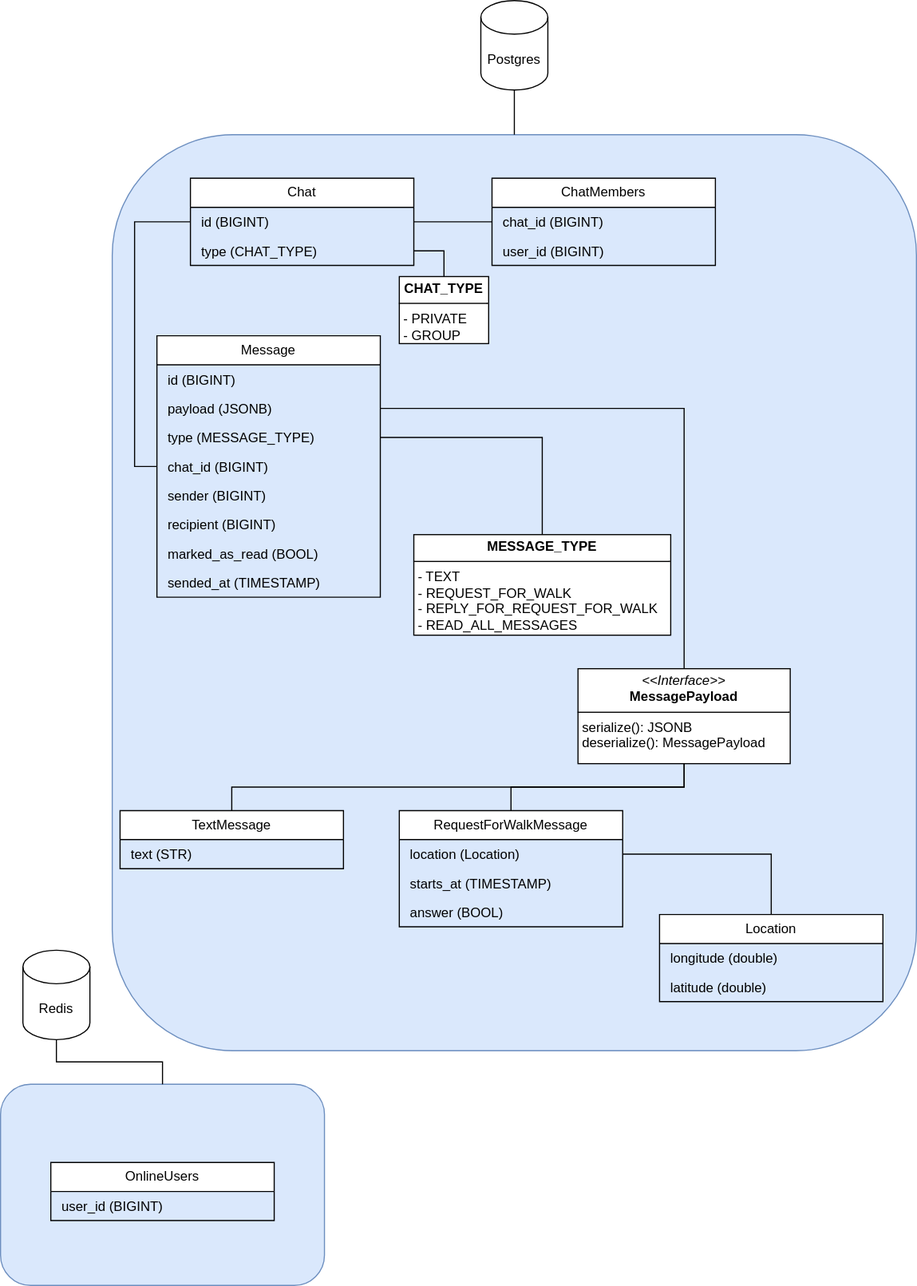
Before: doc/img/domain_model.drawio.svg, a diagram exported from draw.io (ru-random-walk/chat-service). Source tidied: cells renumbered, new cells last; positions are measured from the earlier drawing's top-left corner, leaving out a move shared by most shapes.
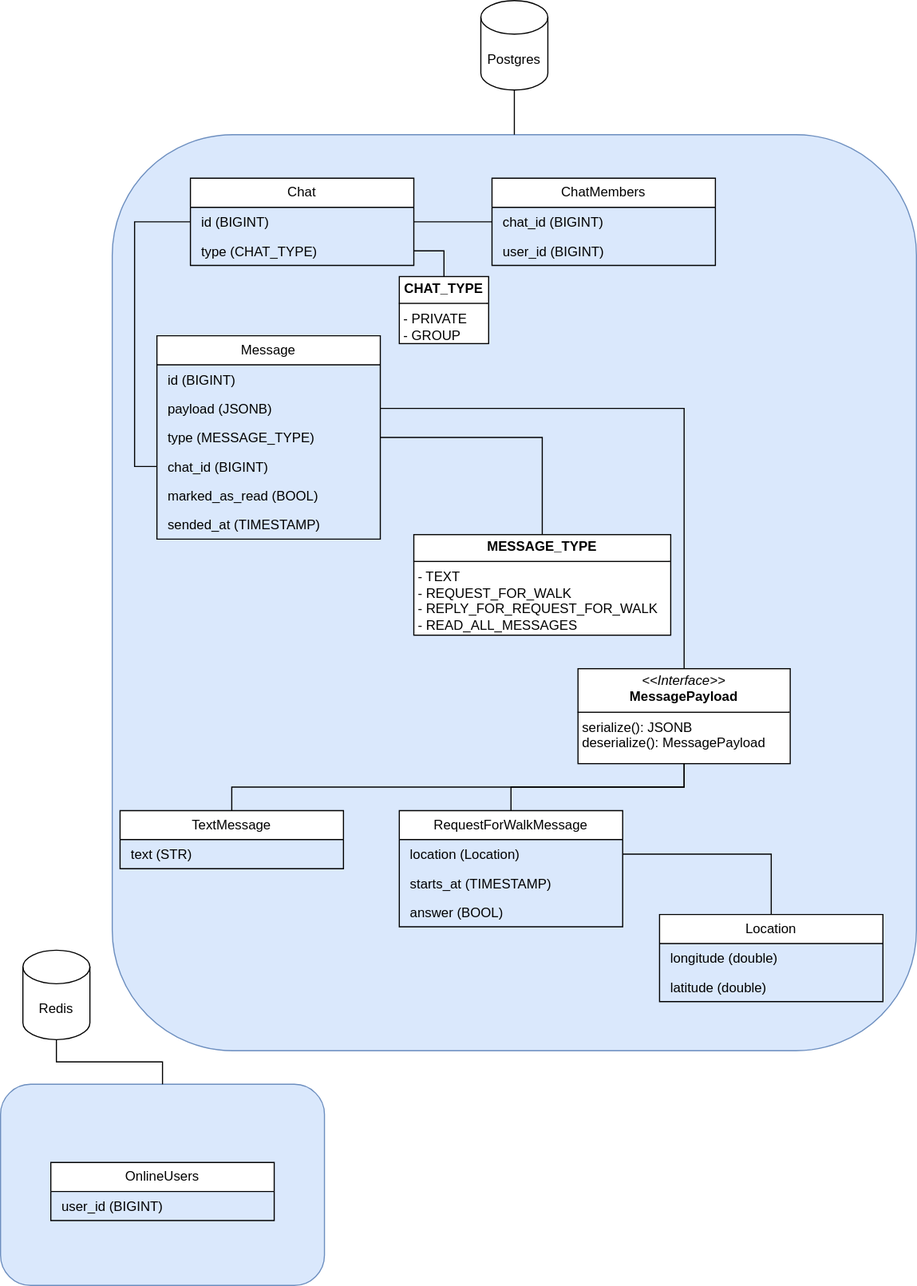
Above is the later version.

Commit message:
RANDOMWALK-17: update domain

The edit, as a diff of the source:
```diff
@@ -9,7 +9,7 @@
       <mxGeometry x="100" y="120" width="720" height="820" as="geometry" />
     </mxCell>
     <mxCell id="4" value="Message" style="swimlane;fontStyle=0;horizontal=1;startSize=26;fillColor=#FFFFFF;whiteSpace=wrap;html=1;" parent="1" vertex="1">
-      <mxGeometry x="140" y="300" width="200" height="234" as="geometry" />
+      <mxGeometry x="140" y="300" width="200" height="182" as="geometry" />
     </mxCell>
     <mxCell id="5" value="&lt;p style=&quot;margin: 0px 0px 0px 4px;&quot;&gt;id (BIGINT)&lt;/p&gt;" style="text;strokeColor=none;fillColor=none;align=left;verticalAlign=top;spacingLeft=4;spacingRight=4;overflow=hidden;whiteSpace=wrap;html=1;" parent="4" vertex="1">
       <mxGeometry y="26" width="200" height="26" as="geometry" />
@@ -23,17 +23,11 @@
     <mxCell id="8" value="&lt;p style=&quot;margin: 0px 0px 0px 4px;&quot;&gt;chat_id (BIGINT)&lt;br&gt;&lt;/p&gt;" style="text;strokeColor=none;fillColor=none;align=left;verticalAlign=top;spacingLeft=4;spacingRight=4;overflow=hidden;points=[[0,0.5],[1,0.5]];portConstraint=eastwest;whiteSpace=wrap;html=1;" parent="4" vertex="1">
       <mxGeometry y="104" width="200" height="26" as="geometry" />
     </mxCell>
-    <mxCell id="9" value="&lt;div&gt;&lt;p style=&quot;margin: 0px 0px 0px 4px;&quot;&gt;sender (BIGINT)&lt;/p&gt;&lt;/div&gt;" style="text;strokeColor=none;fillColor=none;align=left;verticalAlign=top;spacingLeft=4;spacingRight=4;overflow=hidden;whiteSpace=wrap;html=1;" parent="4" vertex="1">
-      <mxGeometry y="130" width="200" height="26" as="geometry" />
-    </mxCell>
-    <mxCell id="10" value="&lt;p style=&quot;margin: 0px 0px 0px 4px;&quot;&gt;&lt;span style=&quot;background-color: initial;&quot;&gt;recipient (BIGINT)&lt;/span&gt;&lt;br&gt;&lt;/p&gt;" style="text;strokeColor=none;fillColor=none;align=left;verticalAlign=top;spacingLeft=4;spacingRight=4;overflow=hidden;whiteSpace=wrap;html=1;" parent="4" vertex="1">
-      <mxGeometry y="156" width="200" height="26" as="geometry" />
-    </mxCell>
     <mxCell id="11" value="&lt;p style=&quot;margin: 0px 0px 0px 4px;&quot;&gt;marked_as_read (BOOL)&lt;/p&gt;" style="text;strokeColor=none;fillColor=none;align=left;verticalAlign=top;spacingLeft=4;spacingRight=4;overflow=hidden;whiteSpace=wrap;html=1;" parent="4" vertex="1">
-      <mxGeometry y="182" width="200" height="26" as="geometry" />
+      <mxGeometry y="130" width="200" height="26" as="geometry" />
     </mxCell>
     <mxCell id="12" value="&lt;p style=&quot;margin: 0px 0px 0px 4px;&quot;&gt;sended_at (TIMESTAMP)&lt;/p&gt;" style="text;strokeColor=none;fillColor=none;align=left;verticalAlign=top;spacingLeft=4;spacingRight=4;overflow=hidden;whiteSpace=wrap;html=1;" parent="4" vertex="1">
-      <mxGeometry y="208" width="200" height="26" as="geometry" />
+      <mxGeometry y="156" width="200" height="26" as="geometry" />
     </mxCell>
     <mxCell id="13" value="&lt;p style=&quot;margin:0px;margin-top:4px;text-align:center;&quot;&gt;&lt;b style=&quot;text-align: left;&quot;&gt;MESSAGE_TYPE&lt;/b&gt;&lt;br&gt;&lt;/p&gt;&lt;hr size=&quot;1&quot; style=&quot;border-style:solid;&quot;&gt;&lt;p style=&quot;margin:0px;margin-left:4px;&quot;&gt;- TEXT&lt;/p&gt;&lt;p style=&quot;margin:0px;margin-left:4px;&quot;&gt;- REQUEST_FOR_WALK&lt;/p&gt;&lt;p style=&quot;margin:0px;margin-left:4px;&quot;&gt;- REPLY_FOR_&lt;span style=&quot;background-color: initial;&quot;&gt;REQUEST_FOR_WALK&lt;br&gt;- READ_ALL_MESSAGES&lt;/span&gt;&lt;/p&gt;" style="verticalAlign=top;align=left;overflow=fill;html=1;whiteSpace=wrap;" parent="1" vertex="1">
       <mxGeometry x="370" y="478" width="230" height="90" as="geometry" />
```
